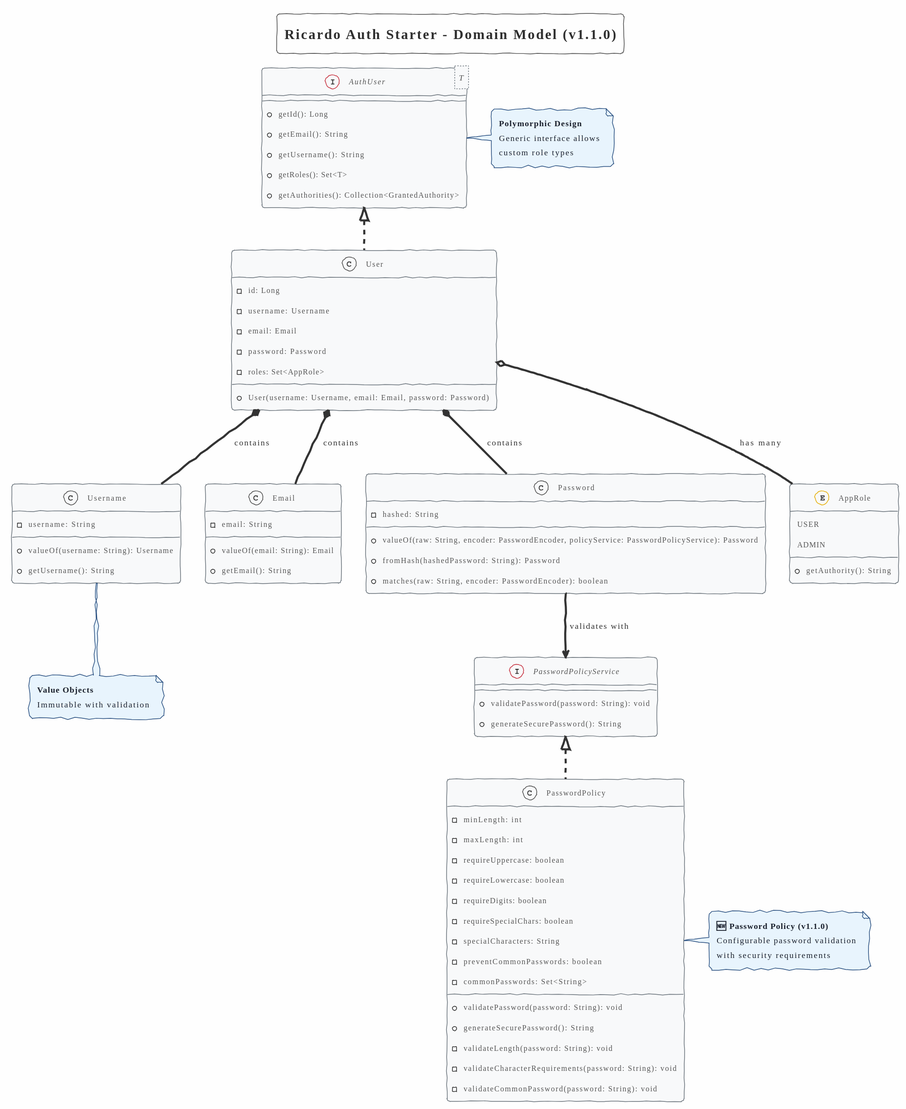
RicardoMorim/Auth-Provider keeps this PlantUML diagram as docs/class-diagram/partial/core/core.svg. Above is the earlier version.
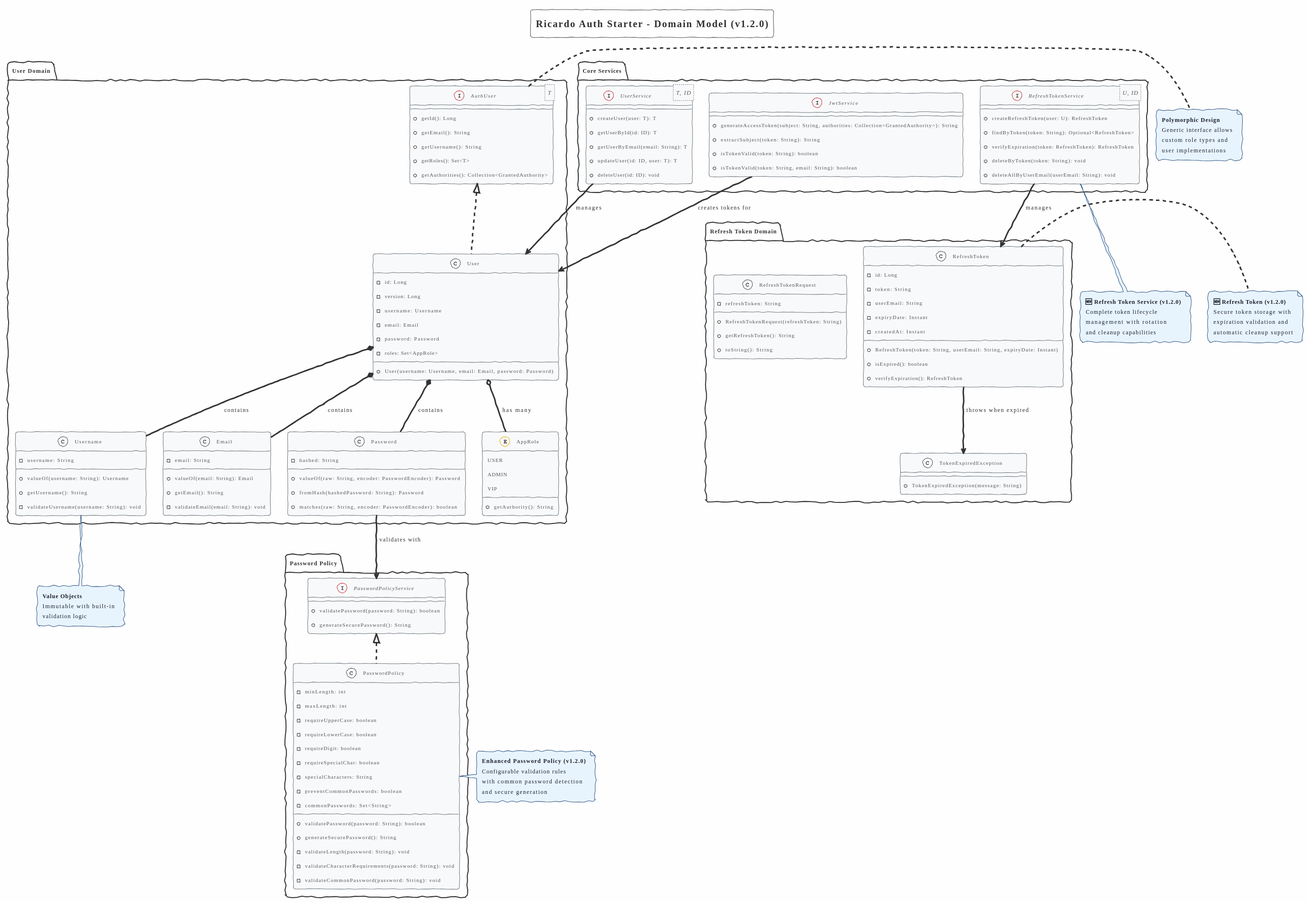
After the change.

The edit, as a diff of the source:
```diff
@@ -7,94 +7,175 @@
 skinparam noteBorderColor #2C5282
 skinparam noteFontColor #1A202C
 
-title Ricardo Auth Starter - Domain Model (v1.1.0)
+title Ricardo Auth Starter - Domain Model (v1.2.0)
 
-interface "AuthUser<T>" as AuthUser {
-    +getId(): Long
-    +getEmail(): String
-    +getUsername(): String
-    +getRoles(): Set<T>
-    +getAuthorities(): Collection<GrantedAuthority>
+package "User Domain" {
+    interface "AuthUser<T>" as AuthUser {
+        +getId(): Long
+        +getEmail(): String
+        +getUsername(): String
+        +getRoles(): Set<T>
+        +getAuthorities(): Collection<GrantedAuthority>
+    }
+
+    class User {
+        -id: Long
+        -version: Long
+        -username: Username
+        -email: Email
+        -password: Password
+        -roles: Set<AppRole>
+        +User(username: Username, email: Email, password: Password)
+    }
+
+    class Username {
+        -username: String
+        +valueOf(username: String): Username
+        +getUsername(): String
+        -validateUsername(username: String): void
+    }
+
+    class Email {
+        -email: String
+        +valueOf(email: String): Email
+        +getEmail(): String
+        -validateEmail(email: String): void
+    }
+
+    class Password {
+        -hashed: String
+        +valueOf(raw: String, encoder: PasswordEncoder): Password
+        +fromHash(hashedPassword: String): Password
+        +matches(raw: String, encoder: PasswordEncoder): boolean
+    }
+
+    enum AppRole {
+        USER
+        ADMIN
+        VIP
+        +getAuthority(): String
+    }
+
+    User .up.|> AuthUser
+    User *-- Username : contains
+    User *-- Email : contains
+    User *-- Password : contains
+    User o-- AppRole : has many
 }
 
-class User {
-    -id: Long
-    -username: Username
-    -email: Email
-    -password: Password
-    -roles: Set<AppRole>
-    +User(username: Username, email: Email, password: Password)
+package "Refresh Token Domain" {
+    class RefreshToken {
+        -id: Long
+        -token: String
+        -userEmail: String
+        -expiryDate: Instant
+        -createdAt: Instant
+        +RefreshToken(token: String, userEmail: String, expiryDate: Instant)
+        +isExpired(): boolean
+        +verifyExpiration(): RefreshToken
+    }
+
+    class RefreshTokenRequest {
+        -refreshToken: String
+        +RefreshTokenRequest(refreshToken: String)
+        +getRefreshToken(): String
+        +toString(): String
+    }
+
+    class TokenExpiredException {
+        +TokenExpiredException(message: String)
+    }
+
+    RefreshToken --> TokenExpiredException : throws when expired
 }
 
-class Username {
-    -username: String
-    +valueOf(username: String): Username
-    +getUsername(): String
+package "Password Policy" {
+    interface PasswordPolicyService {
+        +validatePassword(password: String): boolean
+        +generateSecurePassword(): String
+    }
+
+    class PasswordPolicy {
+        -minLength: int
+        -maxLength: int
+        -requireUpperCase: boolean
+        -requireLowerCase: boolean
+        -requireDigit: boolean
+        -requireSpecialChar: boolean
+        -specialCharacters: String
+        -preventCommonPasswords: boolean
+        -commonPasswords: Set<String>
+        +validatePassword(password: String): boolean
+        +generateSecurePassword(): String
+        -validateLength(password: String): void
+        -validateCharacterRequirements(password: String): void
+        -validateCommonPassword(password: String): void
+    }
+
+    PasswordPolicy .up.|> PasswordPolicyService
+    Password --> PasswordPolicyService : validates with
 }
 
-class Email {
-    -email: String
-    +valueOf(email: String): Email
-    +getEmail(): String
+package "Core Services" {
+    interface "UserService<T, ID>" as UserService {
+        +createUser(user: T): T
+        +getUserById(id: ID): T
+        +getUserByEmail(email: String): T
+        +updateUser(id: ID, user: T): T
+        +deleteUser(id: ID): void
+    }
+
+    interface JwtService {
+        +generateAccessToken(subject: String, authorities: Collection<GrantedAuthority>): String
+        +extractSubject(token: String): String
+        +isTokenValid(token: String): boolean
+        +isTokenValid(token: String, email: String): boolean
+    }
+
+    interface "RefreshTokenService<U, ID>" as RefreshTokenService {
+        +createRefreshToken(user: U): RefreshToken
+        +findByToken(token: String): Optional<RefreshToken>
+        +verifyExpiration(token: RefreshToken): RefreshToken
+        +deleteByToken(token: String): void
+        +deleteAllByUserEmail(userEmail: String): void
+    }
+
+    UserService --> User : manages
+    RefreshTokenService --> RefreshToken : manages
+    JwtService --> User : creates tokens for
 }
-
-class Password {
-    -hashed: String
-    +valueOf(raw: String, encoder: PasswordEncoder, policyService: PasswordPolicyService): Password
-    +fromHash(hashedPassword: String): Password
-    +matches(raw: String, encoder: PasswordEncoder): boolean
-}
-
-enum AppRole {
-    USER
-    ADMIN
-    +getAuthority(): String
-}
-
-interface PasswordPolicyService {
-    +validatePassword(password: String): void
-    +generateSecurePassword(): String
-}
-
-class PasswordPolicy {
-    -minLength: int
-    -maxLength: int
-    -requireUppercase: boolean
-    -requireLowercase: boolean
-    -requireDigits: boolean
-    -requireSpecialChars: boolean
-    -specialCharacters: String
-    -preventCommonPasswords: boolean
-    -commonPasswords: Set<String>
-    +validatePassword(password: String): void
-    +generateSecurePassword(): String
-    -validateLength(password: String): void
-    -validateCharacterRequirements(password: String): void
-    -validateCommonPassword(password: String): void
-}
-
-User .up.|> AuthUser
-User *-- Username : contains
-User *-- Email : contains
-User *-- Password : contains
-User o-- AppRole : has many
-PasswordPolicy .up.|> PasswordPolicyService
-Password --> PasswordPolicyService : validates with
 
 note right of AuthUser #E8F4FD
   **Polymorphic Design**
   Generic interface allows
-  custom role types
+  custom role types and
+  user implementations
 end note
 
 note bottom of Username #E8F4FD
   **Value Objects**
-  Immutable with validation
+  Immutable with built-in
+  validation logic
+end note
+
+note right of RefreshToken #E8F4FD
+  **🆕 Refresh Token (v1.2.0)**
+  Secure token storage with
+  expiration validation and
+  automatic cleanup support
 end note
 
 note right of PasswordPolicy #E8F4FD
-  **🆕 Password Policy (v1.1.0)**
-  Configurable password validation
-  with security requirements
+  **Enhanced Password Policy (v1.2.0)**
+  Configurable validation rules
+  with common password detection
+  and secure generation
+end note
+
+note bottom of RefreshTokenService #E8F4FD
+  **🆕 Refresh Token Service (v1.2.0)**
+  Complete token lifecycle
+  management with rotation
+  and cleanup capabilities
 end note
 @enduml
```
